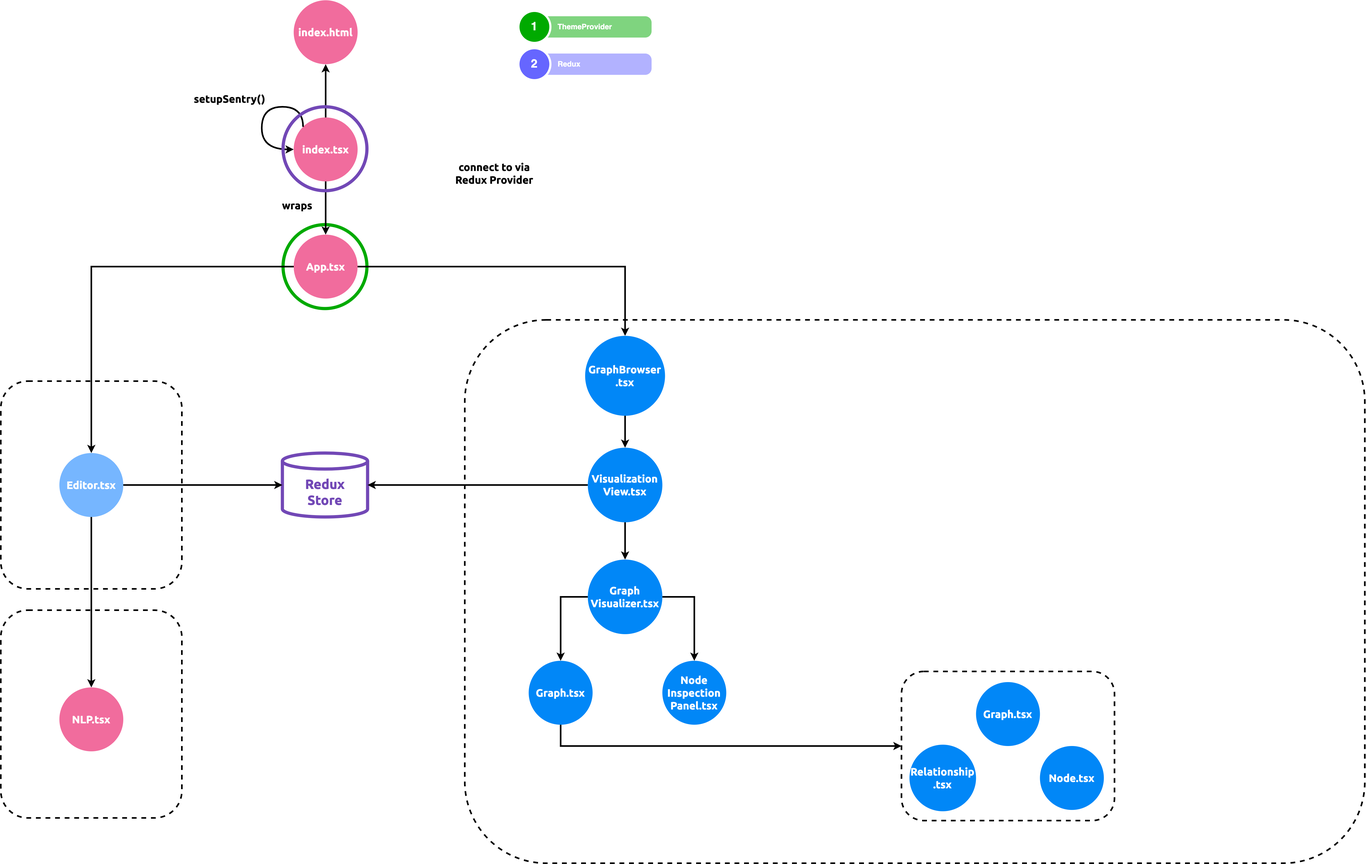
The draw.io diagram docs/i18n/zh-cn/docusaurus-plugin-content-docs/current/development/img/nexusgraph-architecture.png in paion-data/nexusgraph, before a commit. Source tidied: cells renumbered, new cells last; positions are measured from the earlier drawing's top-left corner, leaving out a move shared by most shapes.
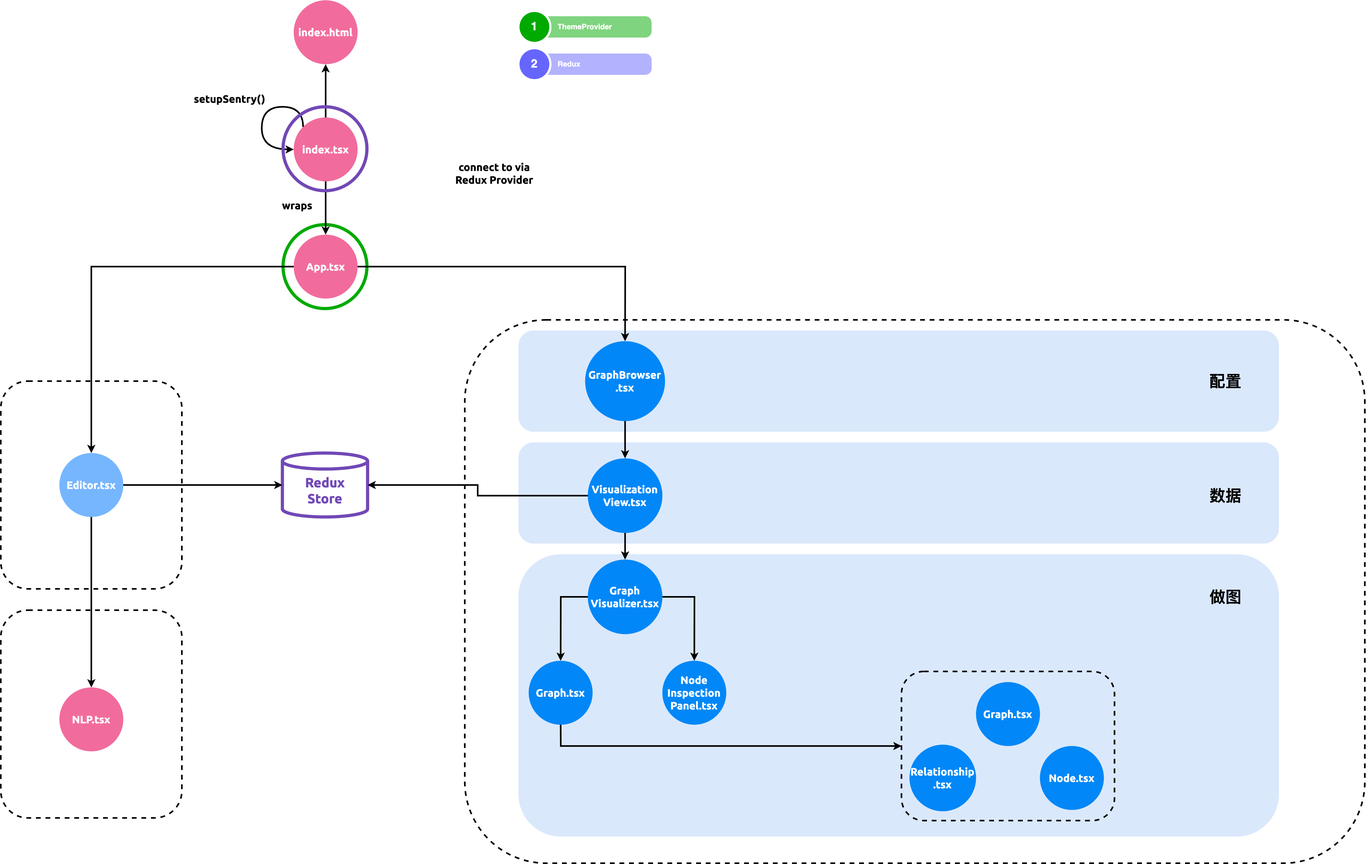
Above is the later version.

The edit, as a diff of the source:
```diff
@@ -2,15 +2,24 @@
   <root>
     <mxCell id="0" />
     <mxCell id="1" parent="0" />
+    <mxCell id="4" style="rounded=1;whiteSpace=wrap;html=1;fillColor=none;strokeWidth=3;dashed=1;" parent="1" vertex="1">
+      <mxGeometry x="871.2" y="600" width="1690" height="1020" as="geometry" />
+    </mxCell>
+    <mxCell id="42" style="rounded=1;whiteSpace=wrap;html=1;fillColor=#dae8fc;strokeColor=none;" parent="1" vertex="1">
+      <mxGeometry x="972" y="1040" width="1428" height="530" as="geometry" />
+    </mxCell>
+    <mxCell id="43" style="rounded=1;whiteSpace=wrap;html=1;fillColor=#dae8fc;strokeColor=none;" parent="1" vertex="1">
+      <mxGeometry x="972" y="830" width="1428" height="190" as="geometry" />
+    </mxCell>
+    <mxCell id="44" style="rounded=1;whiteSpace=wrap;html=1;fillColor=#dae8fc;strokeColor=none;" parent="1" vertex="1">
+      <mxGeometry x="972" y="620" width="1428" height="190" as="geometry" />
+    </mxCell>
     <mxCell id="2" style="rounded=1;whiteSpace=wrap;html=1;fillColor=none;strokeWidth=3;dashed=1;" parent="1" vertex="1">
       <mxGeometry y="715" width="340" height="390" as="geometry" />
     </mxCell>
     <mxCell id="3" style="ellipse;whiteSpace=wrap;html=1;fillColor=none;strokeWidth=6;strokeColor=#00aa00;" parent="1" vertex="1">
       <mxGeometry x="530" y="421.2" width="157.5" height="157.5" as="geometry" />
     </mxCell>
-    <mxCell id="4" style="rounded=1;whiteSpace=wrap;html=1;fillColor=none;strokeWidth=3;dashed=1;" parent="1" vertex="1">
-      <mxGeometry x="871.2" y="600" width="1690" height="1020" as="geometry" />
-    </mxCell>
     <mxCell id="5" style="edgeStyle=orthogonalEdgeStyle;rounded=0;jettySize=auto;html=1;exitX=0.5;exitY=1;exitDx=0;exitDy=0;strokeWidth=3;startArrow=classic;startFill=1;endArrow=none;endFill=0;" parent="1" edge="1" source="6" target="7">
       <mxGeometry relative="1" as="geometry" />
     </mxCell>
@@ -54,7 +63,7 @@
       <mxGeometry x="110" y="850" width="120" height="120" as="geometry" />
     </mxCell>
     <mxCell id="19" value="&lt;font color=&quot;#ffffff&quot; style=&quot;font-size: 20px;&quot; face=&quot;Ubuntu&quot;&gt;&lt;b&gt;GraphBrowser&lt;br&gt;&lt;/b&gt;&lt;b style=&quot;&quot;&gt;.tsx&lt;/b&gt;&lt;/font&gt;" style="ellipse;whiteSpace=wrap;html=1;strokeColor=none;fillColor=#0187F7;" parent="1" vertex="1">
-      <mxGeometry x="1097.2" y="630" width="150" height="150" as="geometry" />
+      <mxGeometry x="1097.2" y="640" width="150" height="150" as="geometry" />
     </mxCell>
     <mxCell id="20" style="edgeStyle=orthogonalEdgeStyle;rounded=0;jettySize=auto;html=1;entryX=0.5;entryY=0;entryDx=0;entryDy=0;strokeWidth=3;" parent="1" edge="1" source="19" target="23">
       <mxGeometry relative="1" as="geometry" />
@@ -66,7 +75,7 @@
       <mxGeometry relative="1" as="geometry" />
     </mxCell>
     <mxCell id="23" value="&lt;font color=&quot;#ffffff&quot; style=&quot;font-size: 20px;&quot; face=&quot;Ubuntu&quot;&gt;&lt;b&gt;Visualization&lt;br&gt;View.tsx&lt;/b&gt;&lt;/font&gt;" style="ellipse;whiteSpace=wrap;html=1;strokeColor=none;fillColor=#0187F7;" parent="1" vertex="1">
-      <mxGeometry x="1102.2" y="840" width="140" height="140" as="geometry" />
+      <mxGeometry x="1102.2" y="860" width="140" height="140" as="geometry" />
     </mxCell>
     <mxCell id="24" style="rounded=0;jettySize=auto;html=1;exitX=0;exitY=0.5;exitDx=0;exitDy=0;strokeWidth=3;edgeStyle=orthogonalEdgeStyle;" parent="1" edge="1" source="26" target="28">
       <mxGeometry relative="1" as="geometry" />
@@ -128,5 +137,14 @@
     <mxCell id="41" value="&lt;font face=&quot;Ubuntu&quot; color=&quot;#ffffff&quot;&gt;&lt;span style=&quot;font-size: 20px;&quot;&gt;&lt;b&gt;NLP.tsx&lt;/b&gt;&lt;/span&gt;&lt;/font&gt;" style="ellipse;whiteSpace=wrap;html=1;strokeColor=none;fillColor=#f16c9d;" parent="1" vertex="1">
       <mxGeometry x="110" y="1290" width="120" height="120" as="geometry" />
     </mxCell>
+    <mxCell id="45" value="&lt;font style=&quot;font-size: 30px;&quot;&gt;&lt;b&gt;配置&lt;/b&gt;&lt;/font&gt;" style="text;html=1;strokeColor=none;fillColor=none;align=center;verticalAlign=middle;whiteSpace=wrap;rounded=0;" parent="1" vertex="1">
+      <mxGeometry x="2260" y="700" width="80" height="30" as="geometry" />
+    </mxCell>
+    <mxCell id="46" value="&lt;font style=&quot;font-size: 30px;&quot;&gt;&lt;b&gt;数据&lt;/b&gt;&lt;/font&gt;" style="text;html=1;strokeColor=none;fillColor=none;align=center;verticalAlign=middle;whiteSpace=wrap;rounded=0;" parent="1" vertex="1">
+      <mxGeometry x="2260" y="915" width="80" height="30" as="geometry" />
+    </mxCell>
+    <mxCell id="47" value="&lt;font style=&quot;font-size: 30px;&quot;&gt;&lt;b&gt;做图&lt;/b&gt;&lt;/font&gt;" style="text;html=1;strokeColor=none;fillColor=none;align=center;verticalAlign=middle;whiteSpace=wrap;rounded=0;" parent="1" vertex="1">
+      <mxGeometry x="2260" y="1105" width="80" height="30" as="geometry" />
+    </mxCell>
   </root>
 </mxGraphModel>
```
